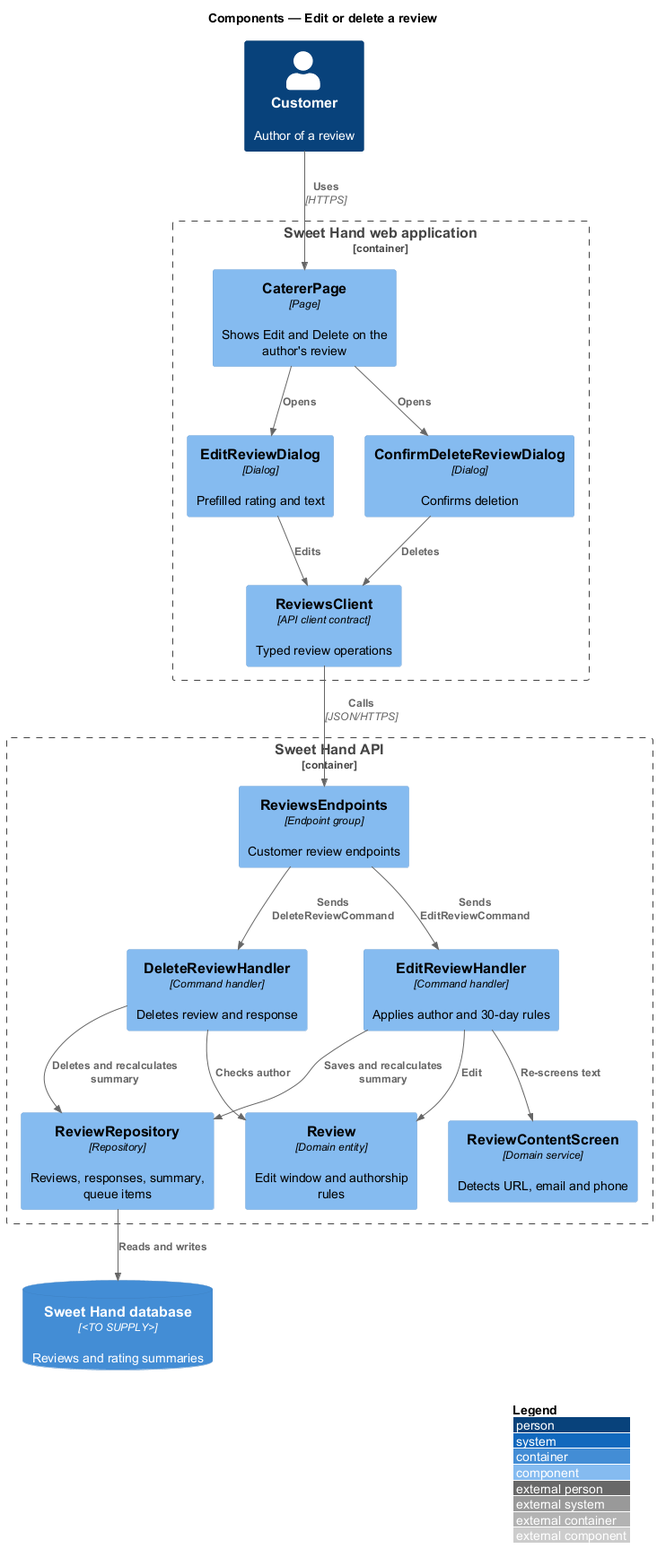
Before: docs/detailed-designs/reviews/edit-or-delete-review/diagrams/c4-component.png, a diagram exported from PlantUML (QuinntyneBrown/sweet-hand). Source of this version:
```plantuml
@startuml
!include <C4/C4_Component>
LAYOUT_WITH_LEGEND()
title Components — Edit or delete a review

Person(customer, "Customer", "Author of a review")

Container_Boundary(web, "Sweet Hand web application") {
  Component(page, "CatererPage", "Page", "Shows Edit and Delete on the author's review")
  Component(editDlg, "EditReviewDialog", "Dialog", "Prefilled rating and text")
  Component(delDlg, "ConfirmDeleteReviewDialog", "Dialog", "Confirms deletion")
  Component(client, "ReviewsClient", "API client contract", "Typed review operations")
}

Container_Boundary(api, "Sweet Hand API") {
  Component(endpoints, "ReviewsEndpoints", "Endpoint group", "Customer review endpoints")
  Component(editH, "EditReviewHandler", "Command handler", "Applies author and 30-day rules")
  Component(delH, "DeleteReviewHandler", "Command handler", "Deletes review and response")
  Component(review, "Review", "Domain entity", "Edit window and authorship rules")
  Component(screen, "ReviewContentScreen", "Domain service", "Detects URL, email and phone")
  Component(repo, "ReviewRepository", "Repository", "Reviews, responses, summary, queue items")
}
ContainerDb(db, "Sweet Hand database", "<TO SUPPLY>", "Reviews and rating summaries")

Rel(customer, page, "Uses", "HTTPS")
Rel(page, editDlg, "Opens")
Rel(page, delDlg, "Opens")
Rel(editDlg, client, "Edits")
Rel(delDlg, client, "Deletes")
Rel(client, endpoints, "Calls", "JSON/HTTPS")
Rel(endpoints, editH, "Sends EditReviewCommand")
Rel(endpoints, delH, "Sends DeleteReviewCommand")
Rel(editH, review, "Edit")
Rel(editH, screen, "Re-screens text")
Rel(delH, review, "Checks author")
Rel(editH, repo, "Saves and recalculates summary")
Rel(delH, repo, "Deletes and recalculates summary")
Rel(repo, db, "Reads and writes")
@enduml
```
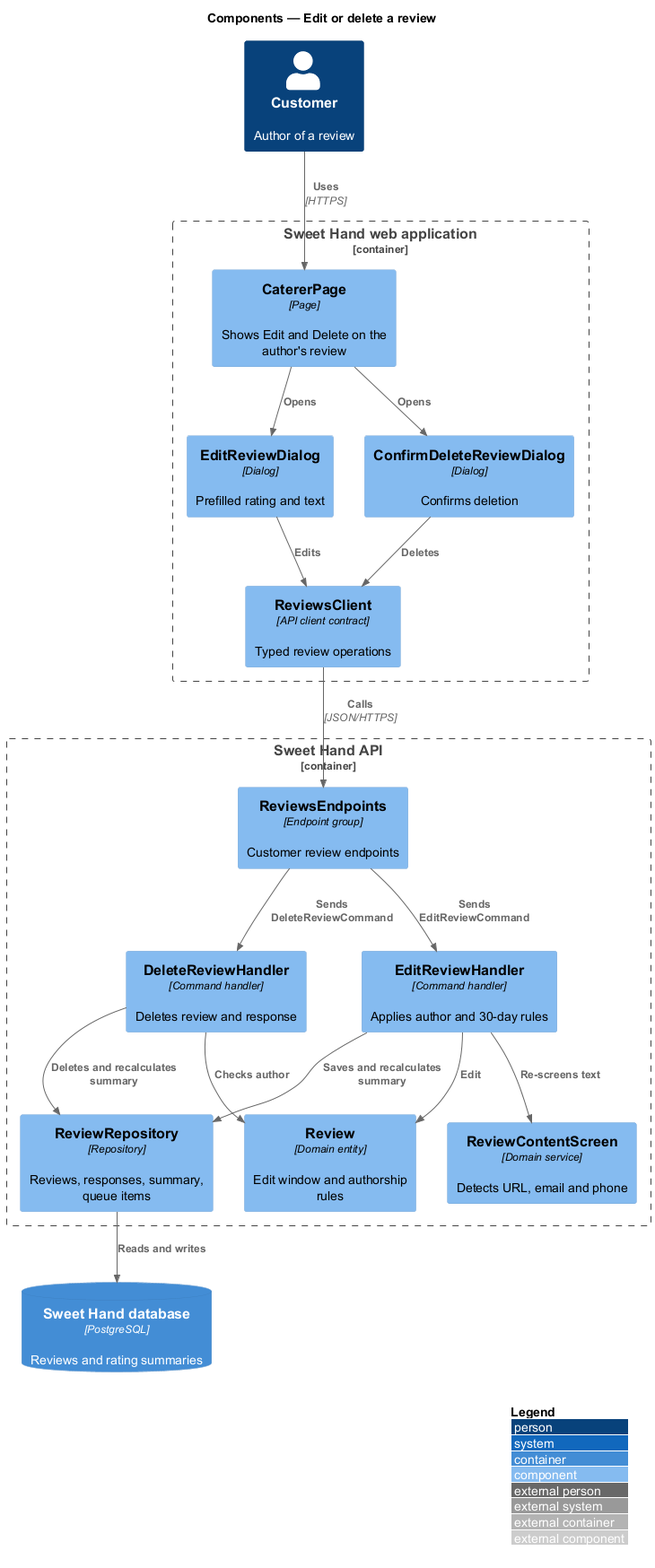
Later version of the same file.

Diff of the diagram source:
```diff
@@ -20,7 +20,7 @@
   Component(screen, "ReviewContentScreen", "Domain service", "Detects URL, email and phone")
   Component(repo, "ReviewRepository", "Repository", "Reviews, responses, summary, queue items")
 }
-ContainerDb(db, "Sweet Hand database", "<TO SUPPLY>", "Reviews and rating summaries")
+ContainerDb(db, "Sweet Hand database", "PostgreSQL", "Reviews and rating summaries")
 
 Rel(customer, page, "Uses", "HTTPS")
 Rel(page, editDlg, "Opens")
```
